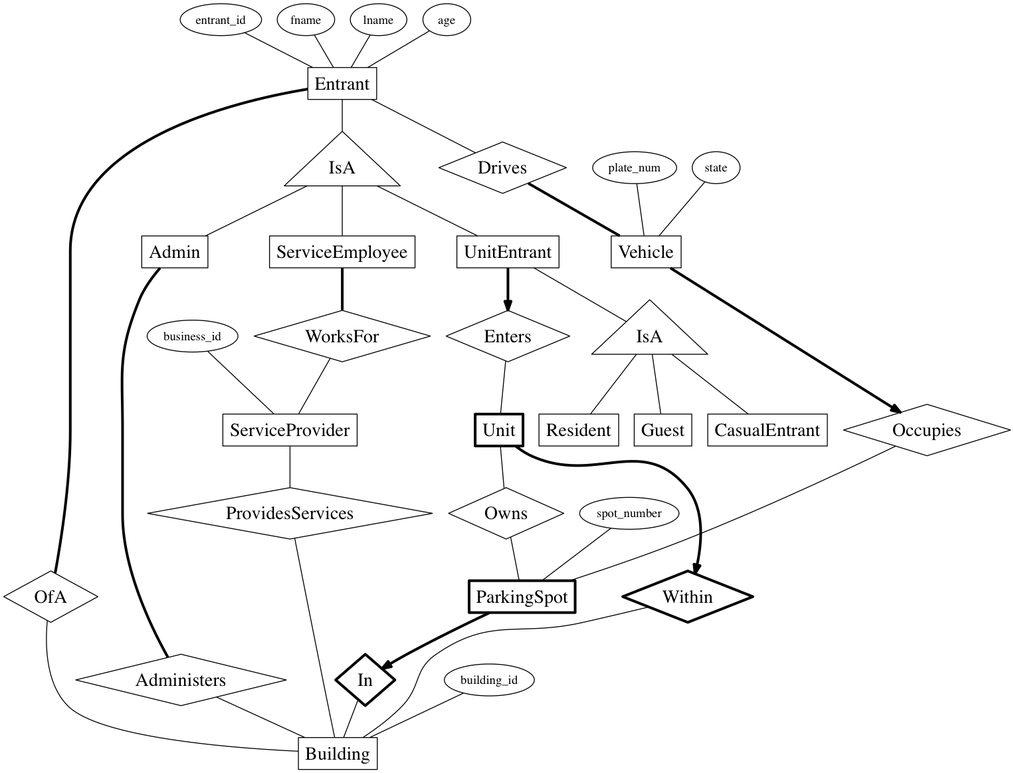
Before: er_diagram/er.png, a diagram exported from Graphviz (mgouzenko/-bms). Its source is kept beside it as er_diagram/er.dot.
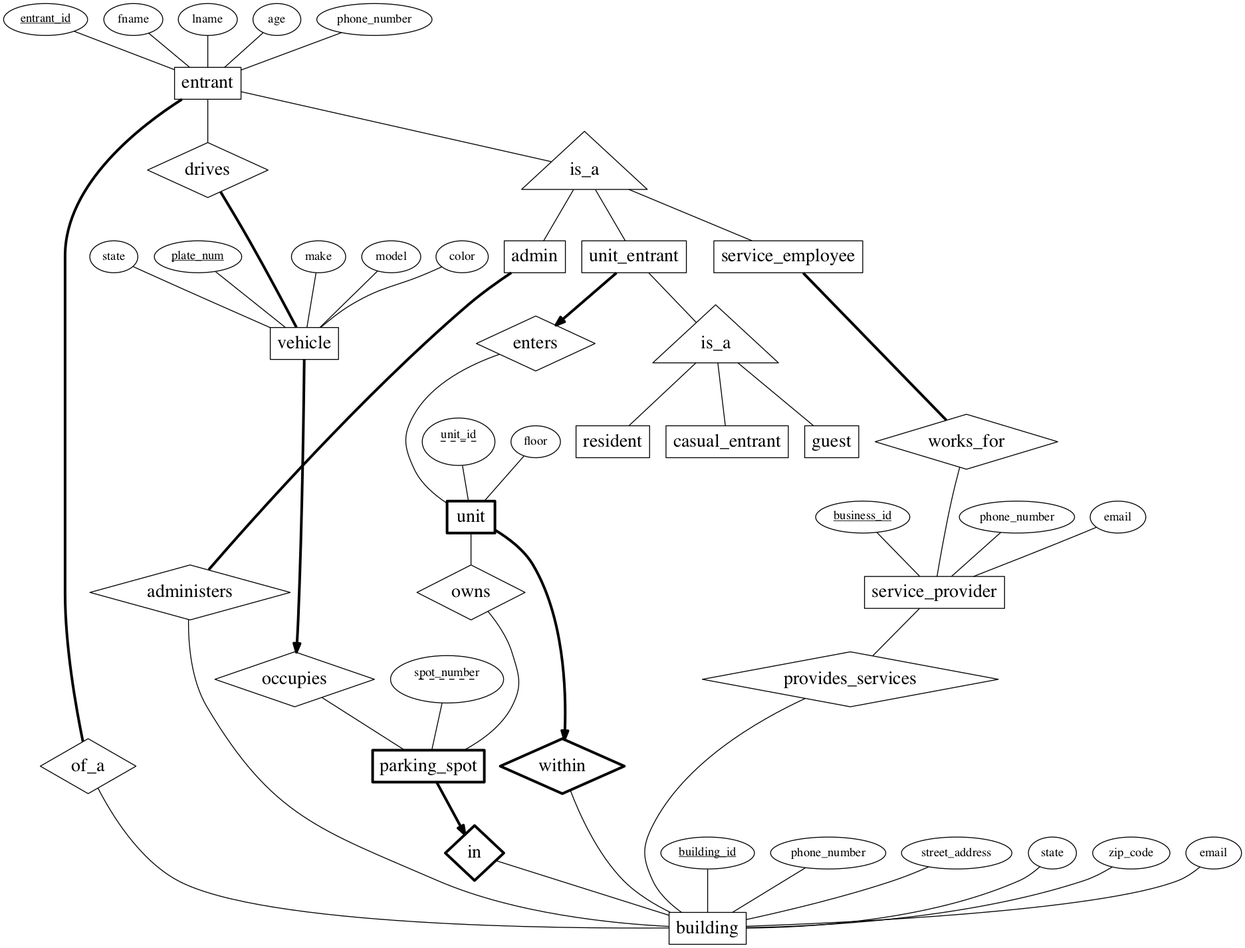
Above is the later version.

Commit message:
final dot drawing

What changed in the source:
```diff
@@ -3,85 +3,107 @@
 		node[fontsize=21]
 		{
 			node[shape=diamond]
-			Owns
-			WorksFor
-			Drives
-			Occupies
-			OfA
-			Enters
+			owns
+			works_for
+			drives
+			occupies
+			of_a
+			enters
 			{
 				node[penwidth=3]
-				Within
-				In
+				within
+				in
 			}
-			Administers
-			ProvidesServices
+			administers
+			provides_services
 		}
 
 		{
 			node[shape=rectangle]
 			{
 				node[penwidth=3]
-				Unit
-				ParkingSpot
+				unit
+				parking_spot
 			}
-			UnitEntrant
-			Building
-			Admin
-			Entrant
-			Vehicle
-			ServiceProvider
-			ServiceEmployee
-			Guest
-			CasualEntrant
-			Resident
+			unit_entrant
+			building
+			admin
+			entrant
+			vehicle
+			service_provider
+			service_employee
+			guest
+			casual_entrant
+			resident
 		}
 
 		{
 			node[shape=triangle]
-			{node[label=IsA] is_a1}
-			{node[label=IsA] is_a2}
+			{node[label=is_a] is_a1}
+			{node[label=is_a] is_a2}
 		}
 	}
 
 
 	{
 		edge[arrowtail=none, arrowhead=none]
-		entrant_id->Entrant
-		fname->Entrant
-		lname->Entrant
-		age->Entrant
-		state->Vehicle
-		plate_num->Vehicle
-		spot_number->ParkingSpot
-		building_id->Building
-		business_id->ServiceProvider
-		Entrant->is_a1->{rank=same; Admin, UnitEntrant, ServiceEmployee}
-		UnitEntrant->is_a2->{rank=same; Guest, CasualEntrant, Resident}
-		Entrant->Drives
-		Enters->Unit
-		Unit->Owns->ParkingSpot
-		Within->Building
-		Administers->Building
-		ServiceProvider->ProvidesServices->Building
-		WorksFor->ServiceProvider
-		OfA->Building
-		In->Building
-		Occupies->ParkingSpot
+		{node[label=<<u>entrant_id</u>>]entrant_id}->entrant
+		fname->entrant
+		lname->entrant
+		age->entrant
+		state->vehicle
+		make->vehicle
+		model->vehicle
+		color->vehicle
+		{node[label=<<u>plate_num</u>>]plate_num}->vehicle
+		{node[label="spot_number\n‾ ‾ ‾ ‾ ‾ ‾"] spot_number}->parking_spot
+		{node[label="unit_id\n‾ ‾ ‾ ‾"]unit_id}->unit
+		floor->unit
+		{node[label=<<u>building_id</u>>]building_id}->building
+		{node[label=phone_number] phone_number}->building
+		street_address->building
+		{node[label=state]state2}->building
+		zip_code->building
+		{node[label=email] email2}->building
+		{node[label=<<u>business_id</u>>]business_id}->service_provider
+		{node[label=phone_number] phone_number2}->service_provider
+		email->service_provider
+		{node[label=phone_number] phone_number3}->entrant
+		entrant->drives
+		entrant->is_a1->{rank=same; admin, unit_entrant, service_employee}
+		unit_entrant->is_a2->{rank=same; guest, casual_entrant, resident}
+		enters->unit
+		unit->owns->parking_spot
+		within->building
+		administers->building
+		service_provider->provides_services->building
+		works_for->service_provider
+		of_a->building
+		in->building
+		occupies->parking_spot
 	}
 
 	{
 		edge[penwidth=3]
-		ParkingSpot->In
-		Unit->Within
-		UnitEntrant->Enters
-		Vehicle->Occupies
+		parking_spot->in
+		unit->within
+		unit_entrant->enters
+		vehicle->occupies
 		{
 			edge[arrowhead=none]
-			Entrant->OfA
-			Admin->Administers
-			ServiceEmployee->WorksFor
-			Drives->Vehicle
+			entrant->of_a
+			admin->administers
+			service_employee->works_for
+			drives->vehicle
 		}
 	}
+
+	{
+		edge[style=invis]
+		drives->state
+		works_for->business_id
+		guest->business_id
+		enters->floor
+		owns->spot_number
+	}
 }
```
